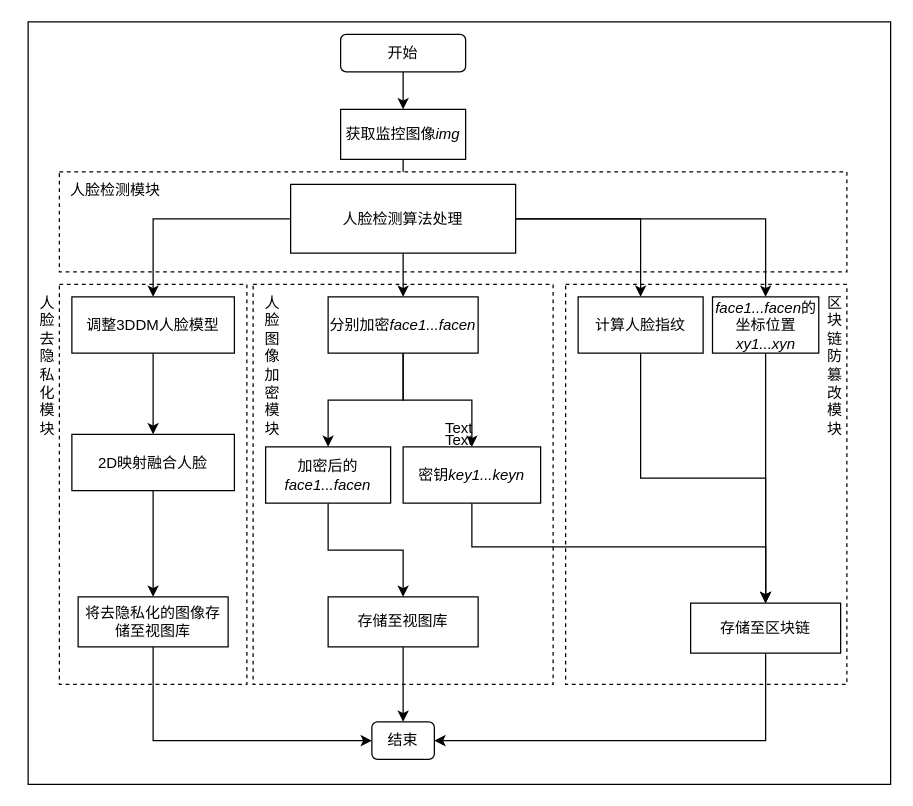
Earlier version of the draw.io diagram page "正向过程" (3 of 5) of face-chain/facechain.drawio (FadingLight9291117/draw.io). Source tidied: cells renumbered, new cells numbered last; positions are measured from the earlier drawing's top-left corner, leaving out a move shared by most shapes. Both pictures are drawn from the tidied source at 125%, with x=0, y=0 at pixel (21, 21).
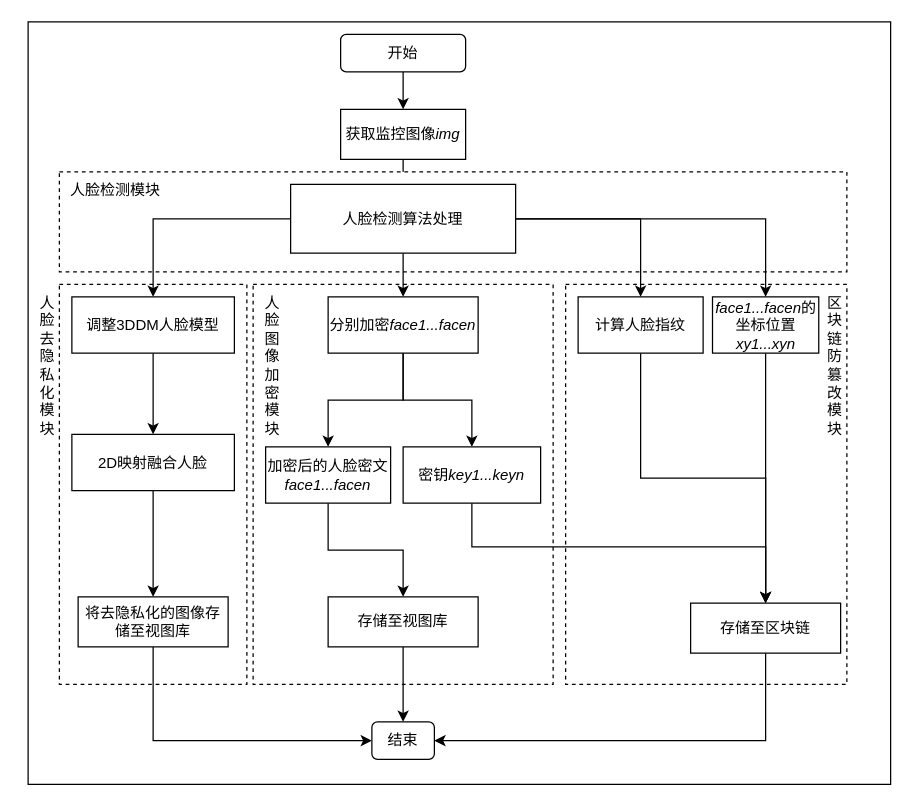
Above is the later version.

Change to the diagram source:
```diff
@@
-    <mxCell id="24" value="加密后的&lt;i&gt;face1...facen&lt;/i&gt;" style="rounded=0;whiteSpace=wrap;html=1;" parent="1" vertex="1">
+    <mxCell id="24" value="加密后的人脸密文&lt;i&gt;face1...facen&lt;/i&gt;" style="rounded=0;whiteSpace=wrap;html=1;" parent="1" vertex="1">
       <mxGeometry x="195" y="340" width="100" height="45" as="geometry" />
     </mxCell>
@@
-    <mxCell id="41" value="Text" style="text;html=1;strokeColor=none;fillColor=none;align=center;verticalAlign=middle;whiteSpace=wrap;rounded=0;" parent="1" vertex="1">
-      <mxGeometry x="320" y="310" width="60" height="30" as="geometry" />
-    </mxCell>
-    <mxCell id="42" value="Text" style="text;html=1;strokeColor=none;fillColor=none;align=center;verticalAlign=middle;whiteSpace=wrap;rounded=0;" parent="1" vertex="1">
-      <mxGeometry x="320" y="320" width="60" height="30" as="geometry" />
-    </mxCell>
```
